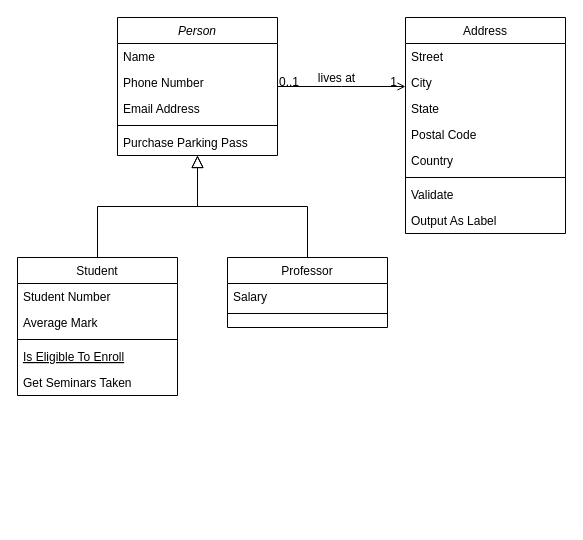
Above: 未命名绘图.drawio in derek2060/drawio (draw.io), before the change. Source tidied: cells renumbered, new cells numbered last; positions are measured from the earlier drawing's top-left corner, leaving out a move shared by most shapes. Both pictures are drawn from the tidied source at 100%, with x=0, y=0 at pixel (17, 17).
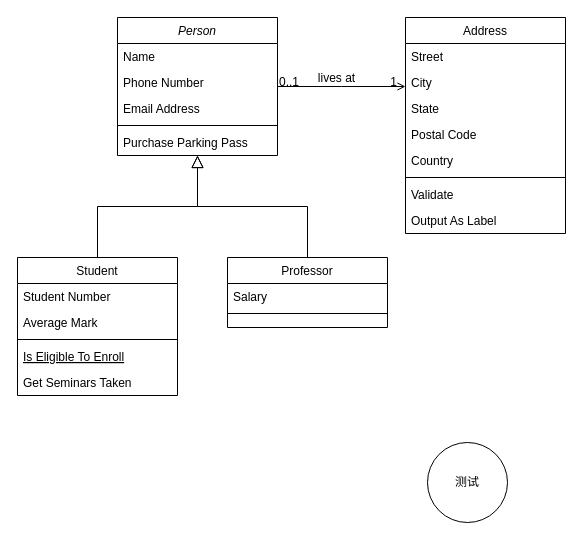
After the change.

Commit message:
更新未命名绘图.drawio

The edit, as a diff of the source:
```diff
@@
+    <mxCell id="32" value="测试" style="ellipse;whiteSpace=wrap;html=1;" parent="1" vertex="1">
+      <mxGeometry x="410" y="425" width="80" height="80" as="geometry" />
+    </mxCell>
```
